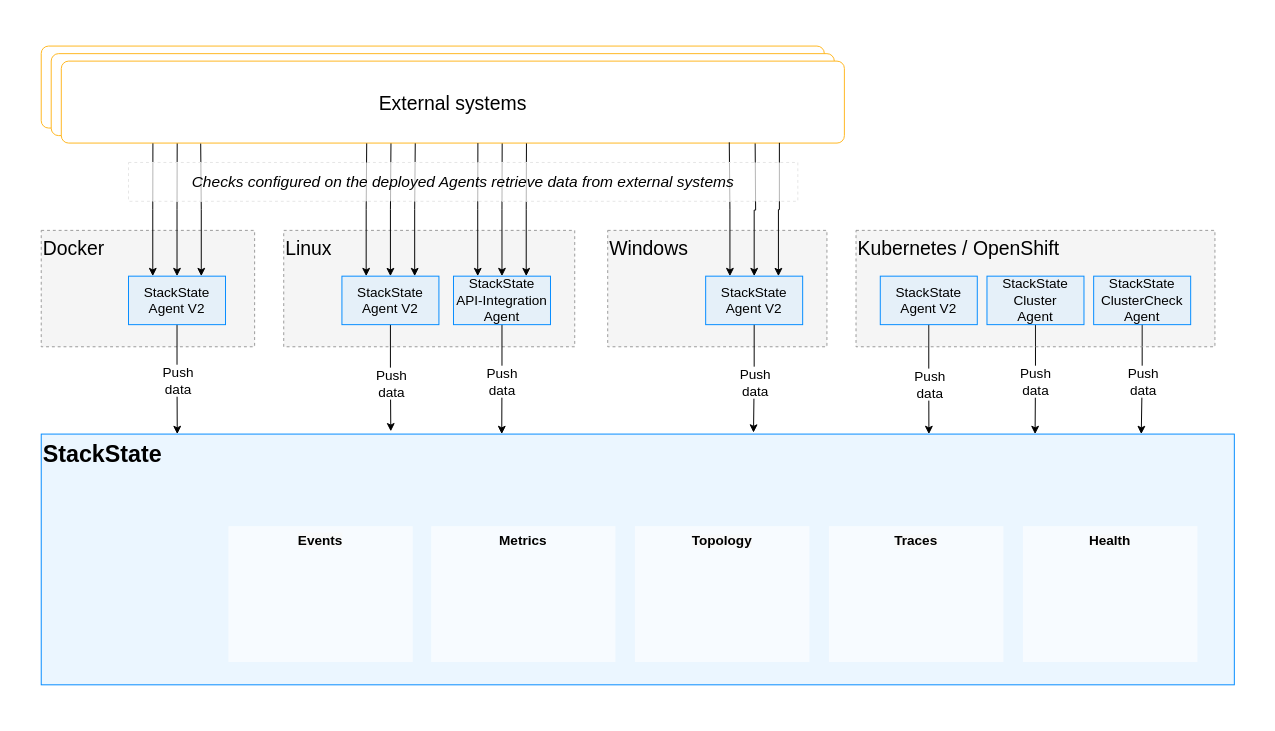
Earlier version of the draw.io diagram resources/drawio/stackstate-agent.drawio (StackVista/stackstate-docs). Source tidied: cells renumbered, new cells numbered last; positions are measured from the earlier drawing's top-left corner, leaving out a move shared by most shapes. Both pictures are drawn from the tidied source at 97%, with x=0, y=0 at pixel (16, 16).
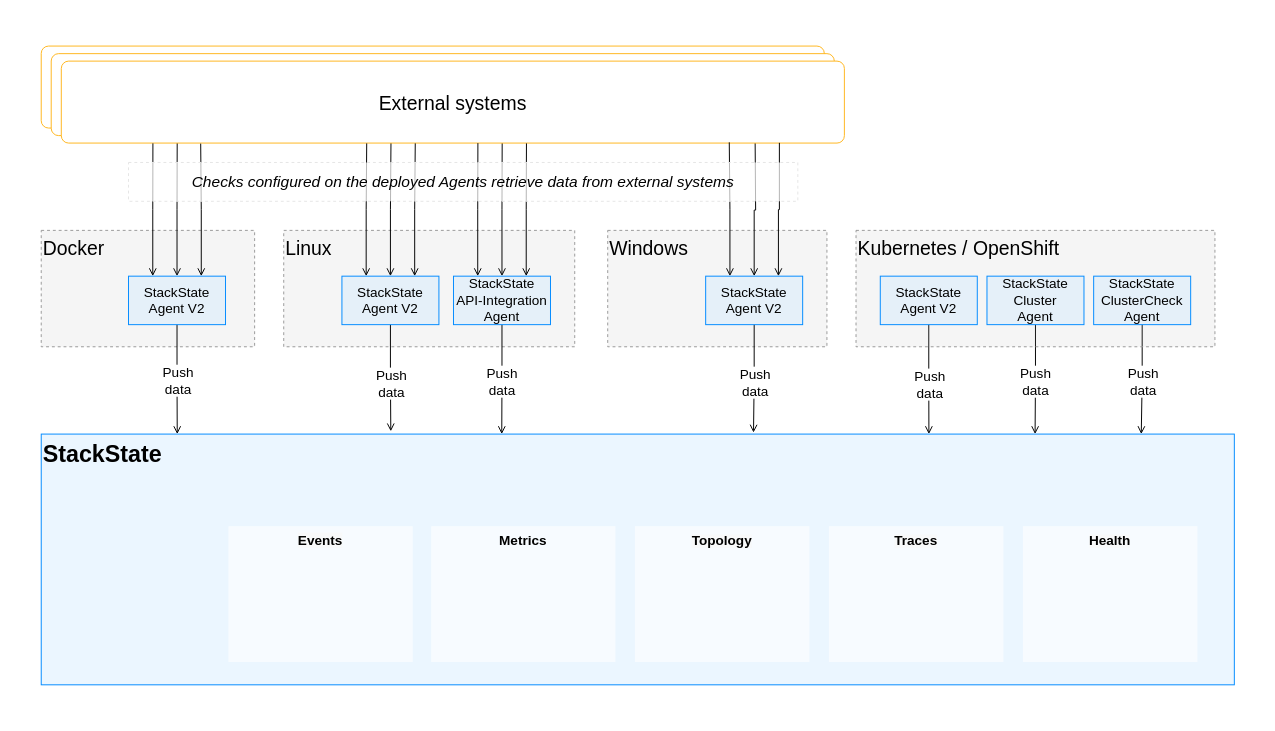
After the change.

Unchanged cells that the change refers to:
```xml
<mxCell id="3" value="&lt;span style=&quot;font-style: normal&quot;&gt;&lt;font style=&quot;font-size: 24px&quot;&gt;&lt;b&gt;StackState&lt;/b&gt;&lt;/font&gt;&lt;br&gt;&lt;/span&gt;" style="rounded=0;whiteSpace=wrap;html=1;strokeWidth=1;strokeColor=#008AFF;fontStyle=2;fillColor=#CCE8FF;fillOpacity=40;verticalAlign=top;align=left;snapToPoint=0;labelPadding=0;" parent="1" vertex="1">
  <mxGeometry x="25" y="430" width="1230" height="258.5" as="geometry" />
</mxCell>
<mxCell id="18" value="&lt;span style=&quot;font-style: normal&quot;&gt;&lt;font style=&quot;font-size: 14px&quot;&gt;StackState&lt;br&gt;Agent V2&lt;/font&gt;&lt;/span&gt;" style="rounded=0;whiteSpace=wrap;html=1;strokeWidth=1;strokeColor=#008AFF;fontStyle=2;fillColor=#CCE8FF;fillOpacity=40;" parent="1" vertex="1">
  <mxGeometry x="710" y="267.2" width="100" height="50" as="geometry" />
</mxCell>
<mxCell id="22" value="&lt;span style=&quot;font-style: normal&quot;&gt;&lt;font style=&quot;font-size: 14px&quot;&gt;StackState&lt;br&gt;Agent V2&lt;/font&gt;&lt;/span&gt;" style="rounded=0;whiteSpace=wrap;html=1;strokeWidth=1;strokeColor=#008AFF;fontStyle=2;fillColor=#CCE8FF;fillOpacity=40;" parent="1" vertex="1">
  <mxGeometry x="335" y="267.2" width="100" height="50" as="geometry" />
</mxCell>
<mxCell id="26" value="&lt;span style=&quot;font-size: 14px ; font-style: normal&quot;&gt;StackState&lt;br&gt;API-Integration Agent&lt;/span&gt;" style="rounded=0;whiteSpace=wrap;html=1;strokeWidth=1;strokeColor=#008AFF;fontStyle=2;fillColor=#CCE8FF;fillOpacity=40;" parent="1" vertex="1">
  <mxGeometry x="450" y="267.2" width="100" height="50" as="geometry" />
</mxCell>
<mxCell id="30" value="&lt;span style=&quot;font-style: normal&quot;&gt;&lt;font style=&quot;font-size: 14px&quot;&gt;StackState&lt;br&gt;Agent V2&lt;/font&gt;&lt;/span&gt;" style="rounded=0;whiteSpace=wrap;html=1;strokeWidth=1;strokeColor=#008AFF;fontStyle=2;fillColor=#CCE8FF;fillOpacity=40;" parent="1" vertex="1">
  <mxGeometry x="115" y="267.2" width="100" height="50" as="geometry" />
</mxCell>
<mxCell id="40" value="&lt;font style=&quot;font-size: 20px&quot;&gt;External systems&lt;/font&gt;" style="rounded=1;whiteSpace=wrap;html=1;align=center;arcSize=9;strokeColor=#FFB61E;" parent="37" vertex="1">
  <mxGeometry x="20.7" y="15.5" width="807.3" height="84.5" as="geometry" />
</mxCell>
<mxCell id="43" value="&lt;span style=&quot;font-style: normal&quot;&gt;&lt;font style=&quot;font-size: 14px&quot;&gt;StackState&lt;br&gt;Agent V2&lt;/font&gt;&lt;/span&gt;" style="rounded=0;whiteSpace=wrap;html=1;strokeWidth=1;strokeColor=#008AFF;fontStyle=2;fillColor=#CCE8FF;fillOpacity=40;" parent="42" vertex="1">
  <mxGeometry width="100" height="50" as="geometry" />
</mxCell>
<mxCell id="44" value="&lt;span style=&quot;font-style: normal&quot;&gt;&lt;font style=&quot;font-size: 14px&quot;&gt;StackState&lt;br&gt;Cluster&lt;br&gt;Agent&lt;/font&gt;&lt;/span&gt;" style="rounded=0;whiteSpace=wrap;html=1;strokeWidth=1;strokeColor=#008AFF;fontStyle=2;fillColor=#CCE8FF;fillOpacity=40;" parent="42" vertex="1">
  <mxGeometry x="110" width="100" height="50" as="geometry" />
</mxCell>
<mxCell id="45" value="&lt;span style=&quot;font-style: normal&quot;&gt;&lt;font style=&quot;font-size: 14px&quot;&gt;StackState&lt;br&gt;ClusterCheck&lt;br&gt;Agent&lt;br&gt;&lt;/font&gt;&lt;/span&gt;" style="rounded=0;whiteSpace=wrap;html=1;strokeWidth=1;strokeColor=#008AFF;fontStyle=2;fillColor=#CCE8FF;fillOpacity=40;" parent="42" vertex="1">
  <mxGeometry x="220" width="100" height="50" as="geometry" />
</mxCell>
```

Diff of the diagram source:
```diff
@@
-    <mxCell id="15" style="edgeStyle=orthogonalEdgeStyle;rounded=0;jettySize=auto;html=1;entryX=0.597;entryY=-0.006;entryDx=0;entryDy=0;entryPerimeter=0;" parent="1" edge="1" source="18" target="3">
+    <mxCell id="15" style="edgeStyle=orthogonalEdgeStyle;rounded=0;jettySize=auto;html=1;entryX=0.597;entryY=-0.006;entryDx=0;entryDy=0;entryPerimeter=0;endArrow=open;endFill=0;" parent="1" edge="1" source="18" target="3">
       <mxGeometry relative="1" as="geometry" />
     </mxCell>
@@
-    <mxCell id="17" style="edgeStyle=orthogonalEdgeStyle;rounded=0;jettySize=auto;html=1;exitX=0.5;exitY=0;exitDx=0;exitDy=0;startArrow=classic;startFill=1;endArrow=none;endFill=0;" parent="1" edge="1" source="18">
+    <mxCell id="17" style="edgeStyle=orthogonalEdgeStyle;rounded=0;jettySize=auto;html=1;exitX=0.5;exitY=0;exitDx=0;exitDy=0;startArrow=open;startFill=0;endArrow=none;endFill=0;" parent="1" edge="1" source="18">
       <mxGeometry relative="1" as="geometry">
         <mxPoint x="761" y="130" as="targetPoint" />
       </mxGeometry>
     </mxCell>
@@
-    <mxCell id="19" style="edgeStyle=orthogonalEdgeStyle;rounded=0;jettySize=auto;html=1;exitX=0.5;exitY=1;exitDx=0;exitDy=0;entryX=0.293;entryY=-0.011;entryDx=0;entryDy=0;entryPerimeter=0;" parent="1" edge="1" source="22" target="3">
+    <mxCell id="19" style="edgeStyle=orthogonalEdgeStyle;rounded=0;jettySize=auto;html=1;exitX=0.5;exitY=1;exitDx=0;exitDy=0;entryX=0.293;entryY=-0.011;entryDx=0;entryDy=0;entryPerimeter=0;endArrow=open;endFill=0;" parent="1" edge="1" source="22" target="3">
       <mxGeometry relative="1" as="geometry" />
     </mxCell>
@@
-    <mxCell id="21" style="edgeStyle=orthogonalEdgeStyle;rounded=0;jettySize=auto;html=1;exitX=0.5;exitY=0;exitDx=0;exitDy=0;entryX=0.421;entryY=0.998;entryDx=0;entryDy=0;entryPerimeter=0;startArrow=classic;startFill=1;endArrow=none;endFill=0;" parent="1" edge="1" source="22" target="40">
+    <mxCell id="21" style="edgeStyle=orthogonalEdgeStyle;rounded=0;jettySize=auto;html=1;exitX=0.5;exitY=0;exitDx=0;exitDy=0;entryX=0.421;entryY=0.998;entryDx=0;entryDy=0;entryPerimeter=0;startArrow=open;startFill=0;endArrow=none;endFill=0;" parent="1" edge="1" source="22" target="40">
       <mxGeometry relative="1" as="geometry" />
     </mxCell>
@@
-    <mxCell id="23" style="edgeStyle=orthogonalEdgeStyle;rounded=0;jettySize=auto;html=1;entryX=0.386;entryY=0;entryDx=0;entryDy=0;entryPerimeter=0;" parent="1" edge="1" source="26" target="3">
+    <mxCell id="23" style="edgeStyle=orthogonalEdgeStyle;rounded=0;jettySize=auto;html=1;entryX=0.386;entryY=0;entryDx=0;entryDy=0;entryPerimeter=0;endArrow=open;endFill=0;" parent="1" edge="1" source="26" target="3">
       <mxGeometry relative="1" as="geometry" />
     </mxCell>
@@
-    <mxCell id="25" style="edgeStyle=orthogonalEdgeStyle;rounded=0;jettySize=auto;html=1;exitX=0.5;exitY=0;exitDx=0;exitDy=0;startArrow=classic;startFill=1;endArrow=none;endFill=0;entryX=0.563;entryY=1;entryDx=0;entryDy=0;entryPerimeter=0;" parent="1" edge="1" source="26" target="40">
+    <mxCell id="25" style="edgeStyle=orthogonalEdgeStyle;rounded=0;jettySize=auto;html=1;exitX=0.5;exitY=0;exitDx=0;exitDy=0;startArrow=open;startFill=0;endArrow=none;endFill=0;entryX=0.563;entryY=1;entryDx=0;entryDy=0;entryPerimeter=0;" parent="1" edge="1" source="26" target="40">
       <mxGeometry relative="1" as="geometry" />
     </mxCell>
@@
-    <mxCell id="27" style="edgeStyle=orthogonalEdgeStyle;rounded=0;jettySize=auto;html=1;entryX=0.114;entryY=0;entryDx=0;entryDy=0;entryPerimeter=0;" parent="1" edge="1" source="30" target="3">
+    <mxCell id="27" style="edgeStyle=orthogonalEdgeStyle;rounded=0;jettySize=auto;html=1;entryX=0.114;entryY=0;entryDx=0;entryDy=0;entryPerimeter=0;endArrow=open;endFill=0;" parent="1" edge="1" source="30" target="3">
       <mxGeometry relative="1" as="geometry" />
     </mxCell>
@@
-    <mxCell id="29" style="edgeStyle=orthogonalEdgeStyle;rounded=0;jettySize=auto;html=1;exitX=0.5;exitY=0;exitDx=0;exitDy=0;endArrow=none;endFill=0;startArrow=classic;startFill=1;entryX=0.148;entryY=1;entryDx=0;entryDy=0;entryPerimeter=0;" parent="1" edge="1" source="30" target="40">
+    <mxCell id="29" style="edgeStyle=orthogonalEdgeStyle;rounded=0;jettySize=auto;html=1;exitX=0.5;exitY=0;exitDx=0;exitDy=0;endArrow=none;endFill=0;startArrow=open;startFill=0;entryX=0.148;entryY=1;entryDx=0;entryDy=0;entryPerimeter=0;" parent="1" edge="1" source="30" target="40">
       <mxGeometry relative="1" as="geometry" />
     </mxCell>
@@
-    <mxCell id="31" style="edgeStyle=orthogonalEdgeStyle;rounded=0;jettySize=auto;html=1;entryX=0.744;entryY=0;entryDx=0;entryDy=0;entryPerimeter=0;" parent="1" edge="1" source="43" target="3">
+    <mxCell id="31" style="edgeStyle=orthogonalEdgeStyle;rounded=0;jettySize=auto;html=1;entryX=0.744;entryY=0;entryDx=0;entryDy=0;entryPerimeter=0;endArrow=open;endFill=0;" parent="1" edge="1" source="43" target="3">
       <mxGeometry relative="1" as="geometry" />
     </mxCell>
@@
-    <mxCell id="33" style="edgeStyle=orthogonalEdgeStyle;rounded=0;jettySize=auto;html=1;exitX=0.5;exitY=1;exitDx=0;exitDy=0;entryX=0.833;entryY=0;entryDx=0;entryDy=0;entryPerimeter=0;" parent="1" edge="1" source="44" target="3">
+    <mxCell id="33" style="edgeStyle=orthogonalEdgeStyle;rounded=0;jettySize=auto;html=1;exitX=0.5;exitY=1;exitDx=0;exitDy=0;entryX=0.833;entryY=0;entryDx=0;entryDy=0;entryPerimeter=0;endArrow=open;endFill=0;" parent="1" edge="1" source="44" target="3">
       <mxGeometry relative="1" as="geometry" />
     </mxCell>
@@
-    <mxCell id="35" style="edgeStyle=orthogonalEdgeStyle;rounded=0;jettySize=auto;html=1;entryX=0.922;entryY=0;entryDx=0;entryDy=0;entryPerimeter=0;" parent="1" edge="1" source="45" target="3">
+    <mxCell id="35" style="edgeStyle=orthogonalEdgeStyle;rounded=0;jettySize=auto;html=1;entryX=0.922;entryY=0;entryDx=0;entryDy=0;entryPerimeter=0;endArrow=open;endFill=0;" parent="1" edge="1" source="45" target="3">
       <mxGeometry relative="1" as="geometry" />
     </mxCell>
@@
-    <mxCell id="46" style="edgeStyle=orthogonalEdgeStyle;rounded=0;jettySize=auto;html=1;exitX=0.75;exitY=0;exitDx=0;exitDy=0;endArrow=none;endFill=0;startArrow=classic;startFill=1;entryX=0.178;entryY=1.007;entryDx=0;entryDy=0;entryPerimeter=0;" parent="1" edge="1" source="30" target="40">
+    <mxCell id="46" style="edgeStyle=orthogonalEdgeStyle;rounded=0;jettySize=auto;html=1;exitX=0.75;exitY=0;exitDx=0;exitDy=0;endArrow=none;endFill=0;startArrow=open;startFill=0;entryX=0.178;entryY=1.007;entryDx=0;entryDy=0;entryPerimeter=0;" parent="1" edge="1" source="30" target="40">
       <mxGeometry relative="1" as="geometry" />
     </mxCell>
-    <mxCell id="47" style="edgeStyle=orthogonalEdgeStyle;rounded=0;jettySize=auto;html=1;exitX=0.25;exitY=0;exitDx=0;exitDy=0;endArrow=none;endFill=0;startArrow=classic;startFill=1;entryX=0.117;entryY=1.004;entryDx=0;entryDy=0;entryPerimeter=0;" parent="1" edge="1" source="30" target="40">
+    <mxCell id="47" style="edgeStyle=orthogonalEdgeStyle;rounded=0;jettySize=auto;html=1;exitX=0.25;exitY=0;exitDx=0;exitDy=0;endArrow=none;endFill=0;startArrow=open;startFill=0;entryX=0.117;entryY=1.004;entryDx=0;entryDy=0;entryPerimeter=0;" parent="1" edge="1" source="30" target="40">
       <mxGeometry relative="1" as="geometry" />
     </mxCell>
-    <mxCell id="48" style="edgeStyle=orthogonalEdgeStyle;rounded=0;jettySize=auto;html=1;exitX=0.25;exitY=0;exitDx=0;exitDy=0;endArrow=none;endFill=0;startArrow=classic;startFill=1;entryX=0.39;entryY=1.004;entryDx=0;entryDy=0;entryPerimeter=0;" parent="1" edge="1" source="22" target="40">
+    <mxCell id="48" style="edgeStyle=orthogonalEdgeStyle;rounded=0;jettySize=auto;html=1;exitX=0.25;exitY=0;exitDx=0;exitDy=0;endArrow=none;endFill=0;startArrow=open;startFill=0;entryX=0.39;entryY=1.004;entryDx=0;entryDy=0;entryPerimeter=0;" parent="1" edge="1" source="22" target="40">
       <mxGeometry relative="1" as="geometry" />
     </mxCell>
-    <mxCell id="49" style="edgeStyle=orthogonalEdgeStyle;rounded=0;jettySize=auto;html=1;exitX=0.75;exitY=0;exitDx=0;exitDy=0;endArrow=none;endFill=0;startArrow=classic;startFill=1;entryX=0.452;entryY=1.004;entryDx=0;entryDy=0;entryPerimeter=0;" parent="1" edge="1" source="22" target="40">
+    <mxCell id="49" style="edgeStyle=orthogonalEdgeStyle;rounded=0;jettySize=auto;html=1;exitX=0.75;exitY=0;exitDx=0;exitDy=0;endArrow=none;endFill=0;startArrow=open;startFill=0;entryX=0.452;entryY=1.004;entryDx=0;entryDy=0;entryPerimeter=0;" parent="1" edge="1" source="22" target="40">
       <mxGeometry relative="1" as="geometry" />
     </mxCell>
-    <mxCell id="50" style="edgeStyle=orthogonalEdgeStyle;rounded=0;jettySize=auto;html=1;exitX=0.25;exitY=0;exitDx=0;exitDy=0;endArrow=none;endFill=0;startArrow=classic;startFill=1;entryX=0.532;entryY=1.001;entryDx=0;entryDy=0;entryPerimeter=0;" parent="1" edge="1" source="26" target="40">
+    <mxCell id="50" style="edgeStyle=orthogonalEdgeStyle;rounded=0;jettySize=auto;html=1;exitX=0.25;exitY=0;exitDx=0;exitDy=0;endArrow=none;endFill=0;startArrow=open;startFill=0;entryX=0.532;entryY=1.001;entryDx=0;entryDy=0;entryPerimeter=0;" parent="1" edge="1" source="26" target="40">
       <mxGeometry relative="1" as="geometry" />
     </mxCell>
-    <mxCell id="51" style="edgeStyle=orthogonalEdgeStyle;rounded=0;jettySize=auto;html=1;exitX=0.75;exitY=0;exitDx=0;exitDy=0;endArrow=none;endFill=0;startArrow=classic;startFill=1;entryX=0.594;entryY=1.004;entryDx=0;entryDy=0;entryPerimeter=0;" parent="1" edge="1" source="26" target="40">
+    <mxCell id="51" style="edgeStyle=orthogonalEdgeStyle;rounded=0;jettySize=auto;html=1;exitX=0.75;exitY=0;exitDx=0;exitDy=0;endArrow=none;endFill=0;startArrow=open;startFill=0;entryX=0.594;entryY=1.004;entryDx=0;entryDy=0;entryPerimeter=0;" parent="1" edge="1" source="26" target="40">
       <mxGeometry relative="1" as="geometry" />
     </mxCell>
-    <mxCell id="52" style="edgeStyle=orthogonalEdgeStyle;rounded=0;jettySize=auto;html=1;exitX=0.75;exitY=0;exitDx=0;exitDy=0;startArrow=classic;startFill=1;endArrow=none;endFill=0;entryX=0.917;entryY=0.997;entryDx=0;entryDy=0;entryPerimeter=0;" parent="1" edge="1" source="18" target="40">
+    <mxCell id="52" style="edgeStyle=orthogonalEdgeStyle;rounded=0;jettySize=auto;html=1;exitX=0.75;exitY=0;exitDx=0;exitDy=0;startArrow=open;startFill=0;endArrow=none;endFill=0;entryX=0.917;entryY=0.997;entryDx=0;entryDy=0;entryPerimeter=0;" parent="1" edge="1" source="18" target="40">
       <mxGeometry relative="1" as="geometry" />
     </mxCell>
-    <mxCell id="53" style="edgeStyle=orthogonalEdgeStyle;rounded=0;jettySize=auto;html=1;exitX=0.25;exitY=0;exitDx=0;exitDy=0;startArrow=classic;startFill=1;endArrow=none;endFill=0;entryX=0.853;entryY=0.991;entryDx=0;entryDy=0;entryPerimeter=0;" parent="1" edge="1" source="18" target="40">
+    <mxCell id="53" style="edgeStyle=orthogonalEdgeStyle;rounded=0;jettySize=auto;html=1;exitX=0.25;exitY=0;exitDx=0;exitDy=0;startArrow=open;startFill=0;endArrow=none;endFill=0;entryX=0.853;entryY=0.991;entryDx=0;entryDy=0;entryPerimeter=0;" parent="1" edge="1" source="18" target="40">
       <mxGeometry relative="1" as="geometry" />
     </mxCell>
```
